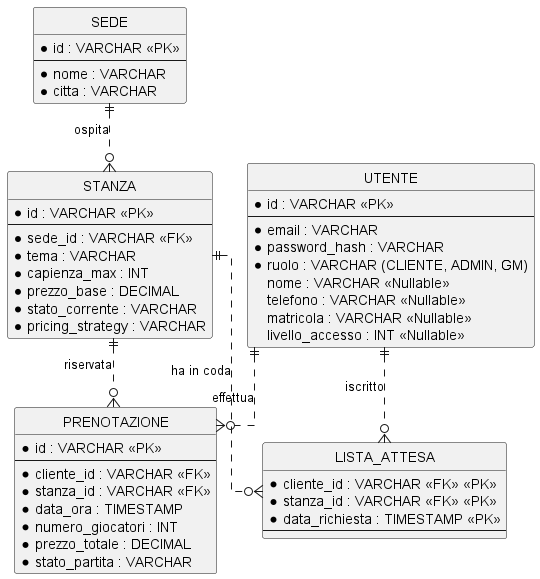
Earlier version of the PlantUML export LaTeX/images/er_diagram.png (Adrycasta04/EscapeManager).
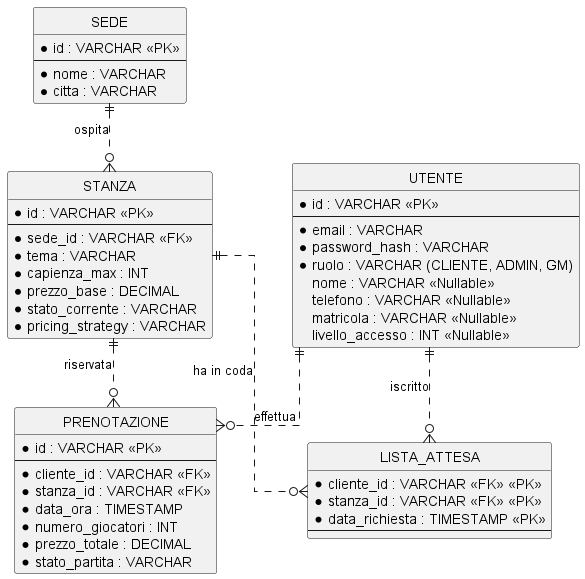
After the change.

Change to the diagram source:
```diff
@@ -1,8 +1,19 @@
 @startuml er_diagram
 hide circle
 skinparam linetype ortho
-skinparam EntityBackgroundColor LightCyan
-skinparam EntityBorderColor DarkCyan
+skinparam nodesep 80
+skinparam ranksep 60
+
+<style>
+entity {
+  BackgroundColor #FFF8E1
+  BorderColor #E65100
+  header {
+    BackgroundColor #FFB74D
+    FontColor black
+  }
+}
+</style>
 
 entity "SEDE" as sede {
   * id : VARCHAR <<PK>>
```
